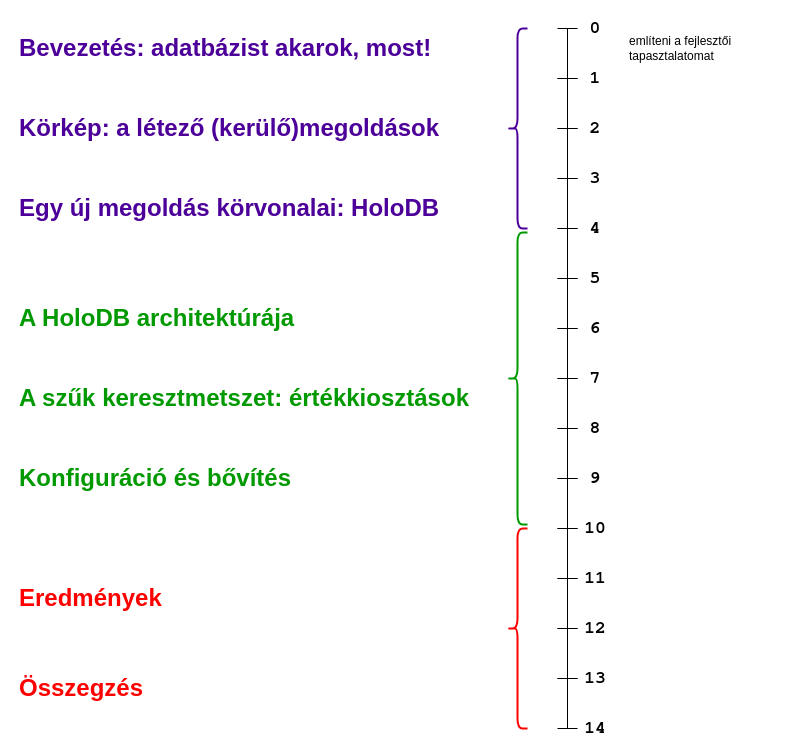
The draw.io diagram prez/docs/timeline.drawio in davidsusu/holodb-tdk, before the edit. Source tidied: cells renumbered, new cells numbered last; positions are measured from the earlier drawing's top-left corner, leaving out a move shared by most shapes. Both pictures are drawn from the tidied source at 100%, with x=0, y=0 at pixel (17, 18).
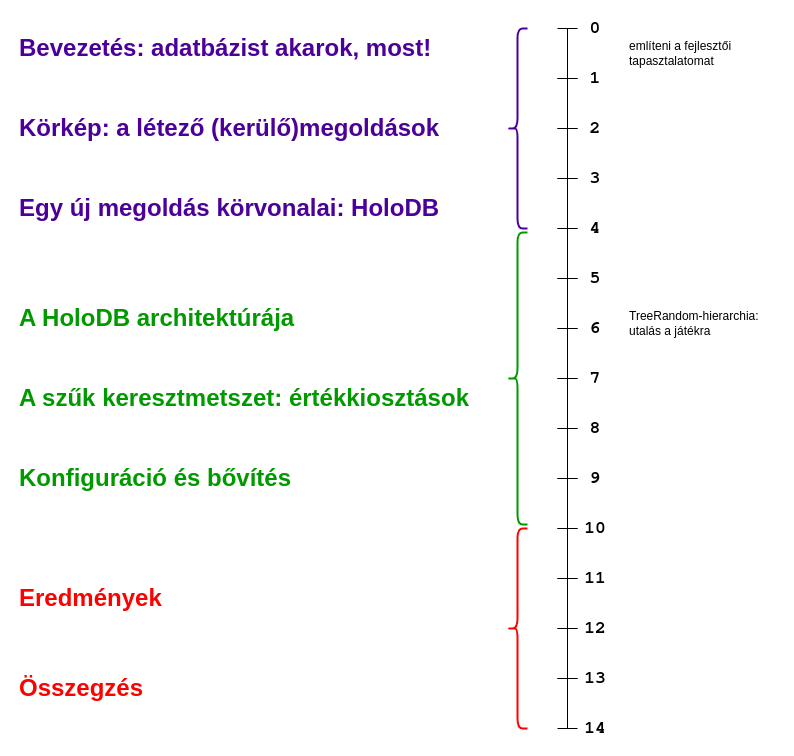
Above is the later version.

Commit message:
Updated: 1 file changed, 5 insertions(+), 2 deletions(-)

M  prez/docs/timeline.drawio

What changed in the source:
```diff
@@
     <mxCell id="42" value="említeni a fejlesztői tapasztalatomat" style="text;html=1;strokeColor=none;fillColor=none;align=left;verticalAlign=middle;whiteSpace=wrap;rounded=0;" parent="1" vertex="1">
-      <mxGeometry x="610" y="10" width="130" height="40" as="geometry" />
+      <mxGeometry x="610" y="10" width="150" height="50" as="geometry" />
     </mxCell>
+    <mxCell id="43" value="TreeRandom-hierarchia: utalás a játékra" style="text;html=1;strokeColor=none;fillColor=none;align=left;verticalAlign=middle;whiteSpace=wrap;rounded=0;" parent="1" vertex="1">
+      <mxGeometry x="610" y="280" width="150" height="50" as="geometry" />
+    </mxCell>
```
